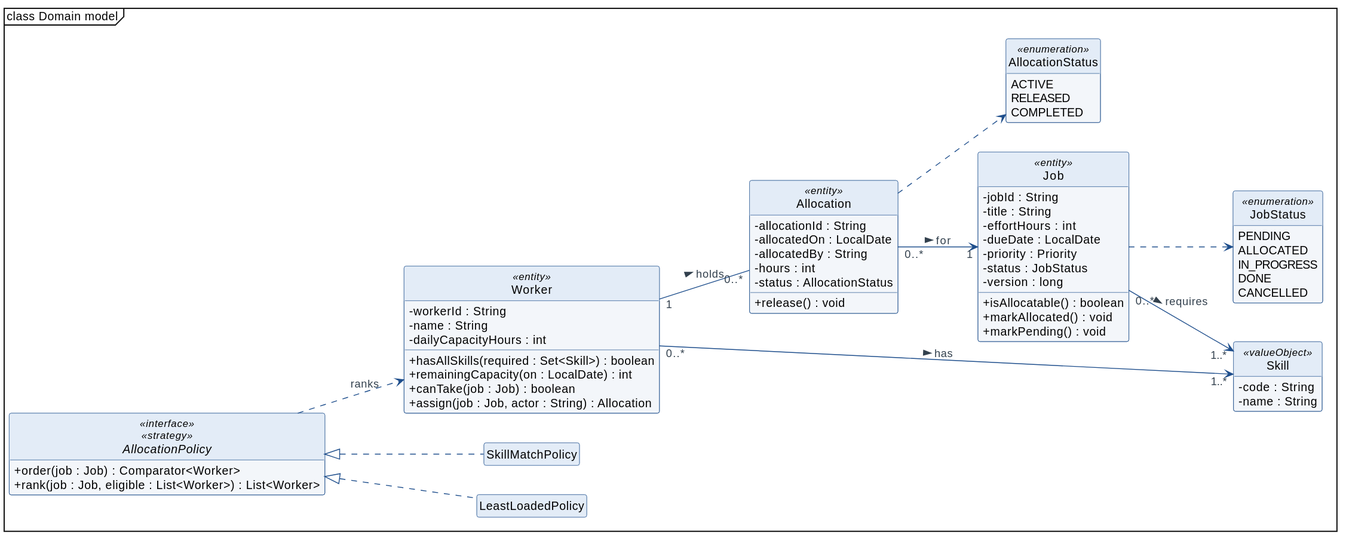
Earlier version of the PlantUML export diagrams/svg/06-domain.svg (jaricsng/ooad-3tier-job-allocation).
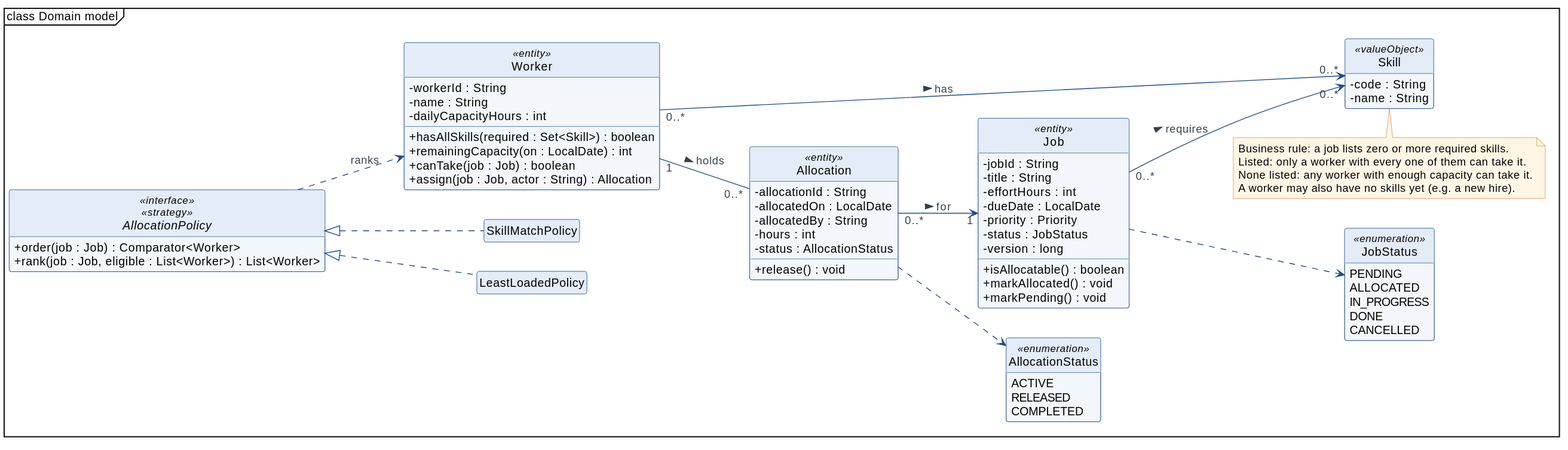
The same file after the commit.

Diff of the diagram source:
```diff
@@ -59,8 +59,14 @@
 
 Worker "1" -- "0..*" Allocation : holds >
 Allocation "0..*" --> "1" Job : for >
-Worker "0..*" --> "1..*" Skill : has >
-Job "0..*" --> "1..*" Skill : requires >
+Worker "0..*" --> "0..*" Skill : has >
+Job "0..*" --> "0..*" Skill : requires >
+note bottom of Skill
+  Business rule: a job lists zero or more required skills.
+  Listed: only a worker with every one of them can take it.
+  None listed: any worker with enough capacity can take it.
+  A worker may also have no skills yet (e.g. a new hire).
+end note
 Job ..> JobStatus
 Allocation ..> AllocationStatus
 AllocationPolicy <|.. SkillMatchPolicy
```
